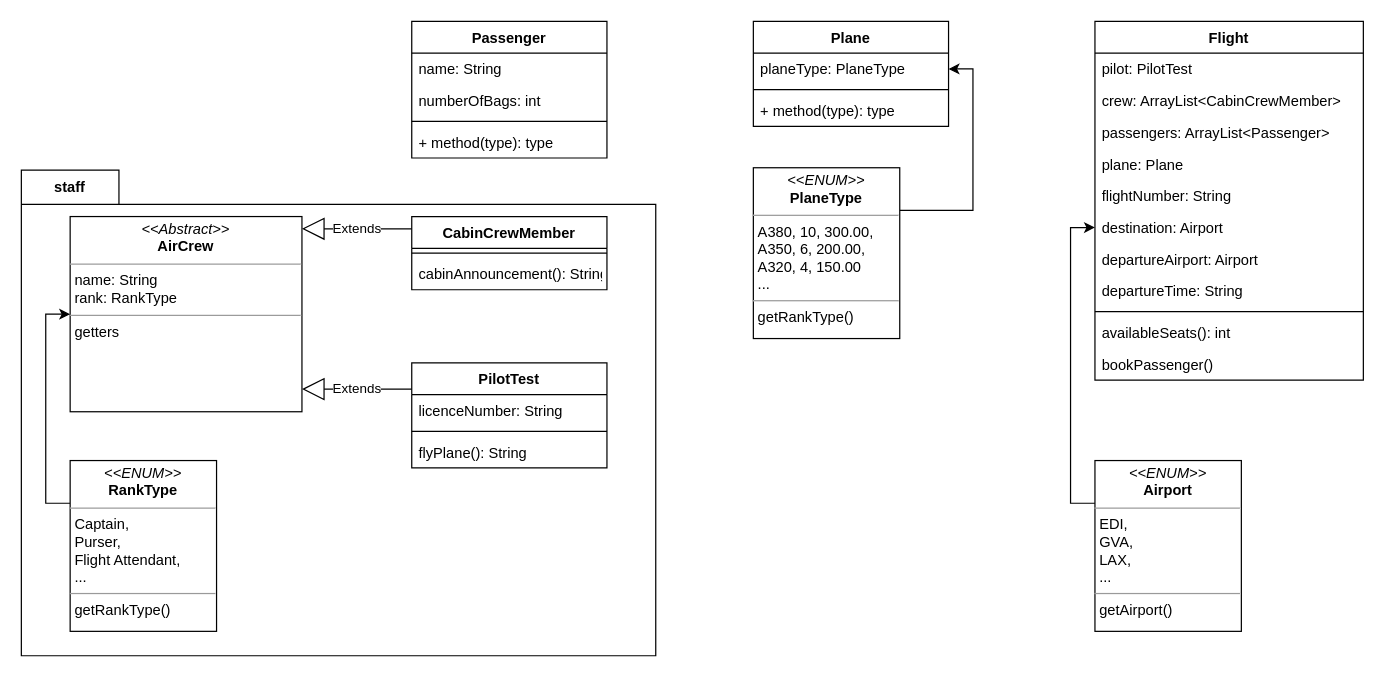
This is planning.drawio from Stanhoucke/TDD_airline, a draw.io file, before an edit. Source tidied: cells renumbered, new cells numbered last; positions are measured from the earlier drawing's top-left corner, leaving out a move shared by most shapes. Both pictures are drawn from the tidied source at 122%, with x=0, y=0 at pixel (21, 21).
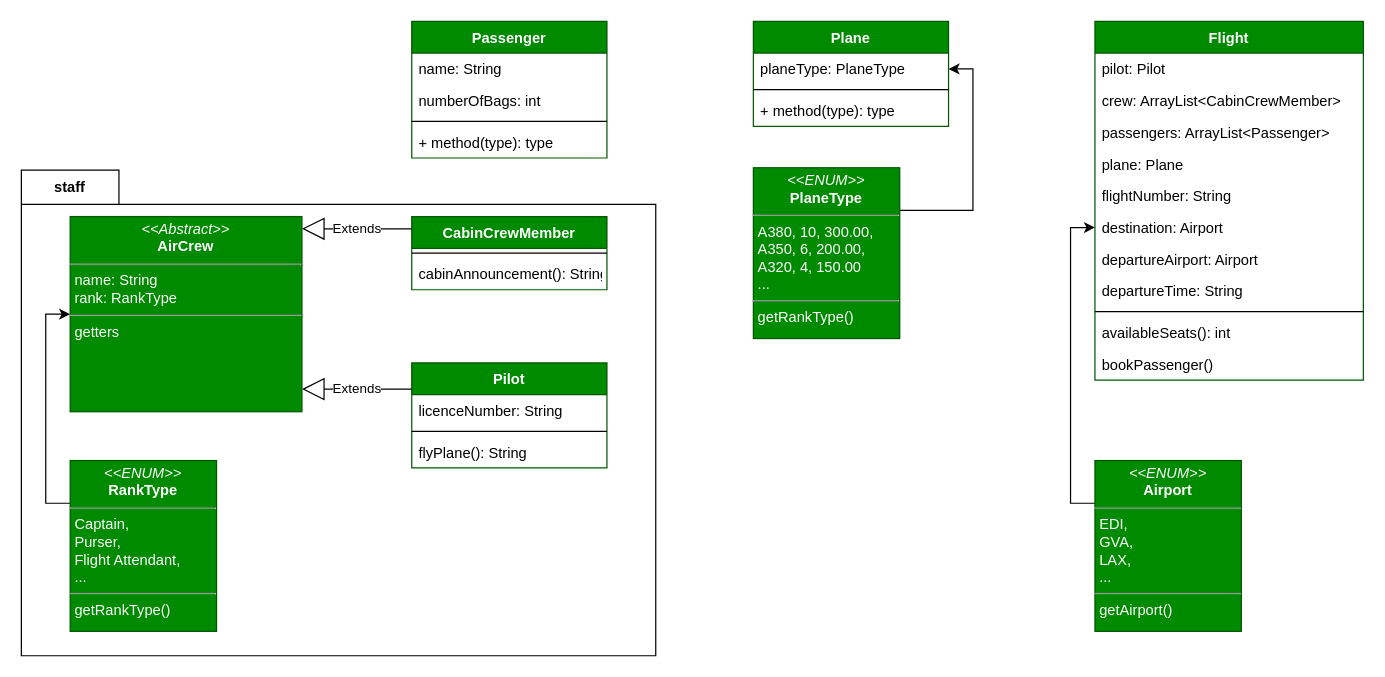
After the change.

Commit message (it also covers changes not shown here):
flight manager passes attribute tests

Diff of the diagram source:
```diff
@@
-    <mxCell id="3" value="Passenger" style="swimlane;fontStyle=1;align=center;verticalAlign=top;horizontal=1;startSize=26;" parent="1" vertex="1">
+    <mxCell id="3" value="Passenger" style="swimlane;fontStyle=1;align=center;verticalAlign=top;horizontal=1;startSize=26;fillColor=#008a00;strokeColor=#005700;fontColor=#ffffff;" parent="1" vertex="1">
       <mxGeometry x="320" width="160" height="112" as="geometry" />
     </mxCell>
@@
-    <mxCell id="8" value="CabinCrewMember" style="swimlane;fontStyle=1;align=center;verticalAlign=top;horizontal=1;startSize=26;" parent="1" vertex="1">
+    <mxCell id="8" value="CabinCrewMember" style="swimlane;fontStyle=1;align=center;verticalAlign=top;horizontal=1;startSize=26;fillColor=#008a00;strokeColor=#005700;fontColor=#ffffff;" parent="1" vertex="1">
       <mxGeometry x="320" y="160" width="160" height="60" as="geometry" />
     </mxCell>
@@
-    <mxCell id="11" value="PilotTest" style="swimlane;fontStyle=1;align=center;verticalAlign=top;horizontal=1;startSize=26;" parent="1" vertex="1">
+    <mxCell id="11" value="Pilot" style="swimlane;fontStyle=1;align=center;verticalAlign=top;horizontal=1;startSize=26;fillColor=#008a00;strokeColor=#005700;fontColor=#ffffff;" parent="1" vertex="1">
       <mxGeometry x="320" y="280" width="160" height="86" as="geometry" />
     </mxCell>
@@
-    <mxCell id="15" value="Plane" style="swimlane;fontStyle=1;align=center;verticalAlign=top;horizontal=1;startSize=26;" parent="1" vertex="1">
+    <mxCell id="15" value="Plane" style="swimlane;fontStyle=1;align=center;verticalAlign=top;horizontal=1;startSize=26;fillColor=#008a00;strokeColor=#005700;fontColor=#ffffff;" parent="1" vertex="1">
       <mxGeometry x="600" width="160" height="86" as="geometry" />
     </mxCell>
@@
-    <mxCell id="19" value="Flight" style="swimlane;fontStyle=1;align=center;verticalAlign=top;horizontal=1;startSize=26;" parent="1" vertex="1">
+    <mxCell id="19" value="Flight" style="swimlane;fontStyle=1;align=center;verticalAlign=top;horizontal=1;startSize=26;fillColor=#008a00;strokeColor=#005700;fontColor=#ffffff;" parent="1" vertex="1">
       <mxGeometry x="880" width="220" height="294" as="geometry" />
     </mxCell>
-    <mxCell id="20" value="pilot: PilotTest" style="text;strokeColor=none;fillColor=none;align=left;verticalAlign=top;spacingLeft=4;spacingRight=4;overflow=hidden;" parent="19" vertex="1">
+    <mxCell id="20" value="pilot: Pilot" style="text;strokeColor=none;fillColor=none;align=left;verticalAlign=top;spacingLeft=4;spacingRight=4;overflow=hidden;" parent="19" vertex="1">
       <mxGeometry y="26" width="220" height="26" as="geometry" />
     </mxCell>
@@
-    <mxCell id="32" value="&lt;p style=&quot;margin: 0px ; margin-top: 4px ; text-align: center&quot;&gt;&lt;i&gt;&amp;lt;&amp;lt;ENUM&amp;gt;&amp;gt;&lt;/i&gt;&lt;br&gt;&lt;b&gt;Airport&lt;/b&gt;&lt;/p&gt;&lt;hr size=&quot;1&quot;&gt;&lt;p style=&quot;margin: 0px ; margin-left: 4px&quot;&gt;EDI,&lt;/p&gt;&lt;p style=&quot;margin: 0px ; margin-left: 4px&quot;&gt;GVA,&lt;/p&gt;&lt;p style=&quot;margin: 0px ; margin-left: 4px&quot;&gt;LAX,&lt;/p&gt;&lt;p style=&quot;margin: 0px ; margin-left: 4px&quot;&gt;...&lt;/p&gt;&lt;hr size=&quot;1&quot;&gt;&lt;p style=&quot;margin: 0px ; margin-left: 4px&quot;&gt;getAirport()&lt;/p&gt;" style="verticalAlign=top;align=left;overflow=fill;fontSize=12;fontFamily=Helvetica;html=1;" parent="1" vertex="1">
+    <mxCell id="32" value="&lt;p style=&quot;margin: 0px ; margin-top: 4px ; text-align: center&quot;&gt;&lt;i&gt;&amp;lt;&amp;lt;ENUM&amp;gt;&amp;gt;&lt;/i&gt;&lt;br&gt;&lt;b&gt;Airport&lt;/b&gt;&lt;/p&gt;&lt;hr size=&quot;1&quot;&gt;&lt;p style=&quot;margin: 0px ; margin-left: 4px&quot;&gt;EDI,&lt;/p&gt;&lt;p style=&quot;margin: 0px ; margin-left: 4px&quot;&gt;GVA,&lt;/p&gt;&lt;p style=&quot;margin: 0px ; margin-left: 4px&quot;&gt;LAX,&lt;/p&gt;&lt;p style=&quot;margin: 0px ; margin-left: 4px&quot;&gt;...&lt;/p&gt;&lt;hr size=&quot;1&quot;&gt;&lt;p style=&quot;margin: 0px ; margin-left: 4px&quot;&gt;getAirport()&lt;/p&gt;" style="verticalAlign=top;align=left;overflow=fill;fontSize=12;fontFamily=Helvetica;html=1;fillColor=#008a00;strokeColor=#005700;fontColor=#ffffff;" parent="1" vertex="1">
       <mxGeometry x="880" y="360" width="120" height="140" as="geometry" />
     </mxCell>
@@
-    <mxCell id="34" value="&lt;p style=&quot;margin: 0px ; margin-top: 4px ; text-align: center&quot;&gt;&lt;i&gt;&amp;lt;&amp;lt;ENUM&amp;gt;&amp;gt;&lt;/i&gt;&lt;br&gt;&lt;b&gt;RankType&lt;/b&gt;&lt;/p&gt;&lt;hr size=&quot;1&quot;&gt;&lt;p style=&quot;margin: 0px ; margin-left: 4px&quot;&gt;Captain,&lt;/p&gt;&lt;p style=&quot;margin: 0px ; margin-left: 4px&quot;&gt;Purser,&lt;/p&gt;&lt;p style=&quot;margin: 0px ; margin-left: 4px&quot;&gt;Flight Attendant,&lt;/p&gt;&lt;p style=&quot;margin: 0px ; margin-left: 4px&quot;&gt;...&lt;/p&gt;&lt;hr size=&quot;1&quot;&gt;&lt;p style=&quot;margin: 0px ; margin-left: 4px&quot;&gt;getRankType()&lt;/p&gt;" style="verticalAlign=top;align=left;overflow=fill;fontSize=12;fontFamily=Helvetica;html=1;" parent="1" vertex="1">
+    <mxCell id="34" value="&lt;p style=&quot;margin: 0px ; margin-top: 4px ; text-align: center&quot;&gt;&lt;i&gt;&amp;lt;&amp;lt;ENUM&amp;gt;&amp;gt;&lt;/i&gt;&lt;br&gt;&lt;b&gt;RankType&lt;/b&gt;&lt;/p&gt;&lt;hr size=&quot;1&quot;&gt;&lt;p style=&quot;margin: 0px ; margin-left: 4px&quot;&gt;Captain,&lt;/p&gt;&lt;p style=&quot;margin: 0px ; margin-left: 4px&quot;&gt;Purser,&lt;/p&gt;&lt;p style=&quot;margin: 0px ; margin-left: 4px&quot;&gt;Flight Attendant,&lt;/p&gt;&lt;p style=&quot;margin: 0px ; margin-left: 4px&quot;&gt;...&lt;/p&gt;&lt;hr size=&quot;1&quot;&gt;&lt;p style=&quot;margin: 0px ; margin-left: 4px&quot;&gt;getRankType()&lt;/p&gt;" style="verticalAlign=top;align=left;overflow=fill;fontSize=12;fontFamily=Helvetica;html=1;fillColor=#008a00;strokeColor=#005700;fontColor=#ffffff;" parent="1" vertex="1">
       <mxGeometry x="40" y="360" width="120" height="140" as="geometry" />
     </mxCell>
@@
-    <mxCell id="36" value="&lt;p style=&quot;margin: 0px ; margin-top: 4px ; text-align: center&quot;&gt;&lt;i&gt;&amp;lt;&amp;lt;ENUM&amp;gt;&amp;gt;&lt;/i&gt;&lt;br&gt;&lt;b&gt;PlaneType&lt;/b&gt;&lt;/p&gt;&lt;hr size=&quot;1&quot;&gt;&lt;p style=&quot;margin: 0px ; margin-left: 4px&quot;&gt;A380, 10, 300.00,&lt;/p&gt;&lt;p style=&quot;margin: 0px ; margin-left: 4px&quot;&gt;A350, 6, 200.00,&lt;/p&gt;&lt;p style=&quot;margin: 0px ; margin-left: 4px&quot;&gt;A320, 4, 150.00&lt;/p&gt;&lt;p style=&quot;margin: 0px ; margin-left: 4px&quot;&gt;...&lt;/p&gt;&lt;hr size=&quot;1&quot;&gt;&lt;p style=&quot;margin: 0px ; margin-left: 4px&quot;&gt;getRankType()&lt;/p&gt;" style="verticalAlign=top;align=left;overflow=fill;fontSize=12;fontFamily=Helvetica;html=1;" parent="1" vertex="1">
+    <mxCell id="36" value="&lt;p style=&quot;margin: 0px ; margin-top: 4px ; text-align: center&quot;&gt;&lt;i&gt;&amp;lt;&amp;lt;ENUM&amp;gt;&amp;gt;&lt;/i&gt;&lt;br&gt;&lt;b&gt;PlaneType&lt;/b&gt;&lt;/p&gt;&lt;hr size=&quot;1&quot;&gt;&lt;p style=&quot;margin: 0px ; margin-left: 4px&quot;&gt;A380, 10, 300.00,&lt;/p&gt;&lt;p style=&quot;margin: 0px ; margin-left: 4px&quot;&gt;A350, 6, 200.00,&lt;/p&gt;&lt;p style=&quot;margin: 0px ; margin-left: 4px&quot;&gt;A320, 4, 150.00&lt;/p&gt;&lt;p style=&quot;margin: 0px ; margin-left: 4px&quot;&gt;...&lt;/p&gt;&lt;hr size=&quot;1&quot;&gt;&lt;p style=&quot;margin: 0px ; margin-left: 4px&quot;&gt;getRankType()&lt;/p&gt;" style="verticalAlign=top;align=left;overflow=fill;fontSize=12;fontFamily=Helvetica;html=1;fillColor=#008a00;strokeColor=#005700;fontColor=#ffffff;" parent="1" vertex="1">
       <mxGeometry x="600" y="120" width="120" height="140" as="geometry" />
     </mxCell>
-    <mxCell id="37" value="&lt;p style=&quot;margin: 0px ; margin-top: 4px ; text-align: center&quot;&gt;&lt;i&gt;&amp;lt;&amp;lt;Abstract&amp;gt;&amp;gt;&lt;/i&gt;&lt;br&gt;&lt;b&gt;AirCrew&lt;/b&gt;&lt;/p&gt;&lt;hr size=&quot;1&quot;&gt;&lt;p style=&quot;margin: 0px ; margin-left: 4px&quot;&gt;name: String&lt;/p&gt;&lt;p style=&quot;margin: 0px ; margin-left: 4px&quot;&gt;rank: RankType&lt;/p&gt;&lt;hr size=&quot;1&quot;&gt;&lt;p style=&quot;margin: 0px ; margin-left: 4px&quot;&gt;getters&lt;/p&gt;" style="verticalAlign=top;align=left;overflow=fill;fontSize=12;fontFamily=Helvetica;html=1;" parent="1" vertex="1">
+    <mxCell id="37" value="&lt;p style=&quot;margin: 0px ; margin-top: 4px ; text-align: center&quot;&gt;&lt;i&gt;&amp;lt;&amp;lt;Abstract&amp;gt;&amp;gt;&lt;/i&gt;&lt;br&gt;&lt;b&gt;AirCrew&lt;/b&gt;&lt;/p&gt;&lt;hr size=&quot;1&quot;&gt;&lt;p style=&quot;margin: 0px ; margin-left: 4px&quot;&gt;name: String&lt;/p&gt;&lt;p style=&quot;margin: 0px ; margin-left: 4px&quot;&gt;rank: RankType&lt;/p&gt;&lt;hr size=&quot;1&quot;&gt;&lt;p style=&quot;margin: 0px ; margin-left: 4px&quot;&gt;getters&lt;/p&gt;" style="verticalAlign=top;align=left;overflow=fill;fontSize=12;fontFamily=Helvetica;html=1;fillColor=#008a00;strokeColor=#005700;fontColor=#ffffff;" parent="1" vertex="1">
       <mxGeometry x="40" y="160" width="190" height="160" as="geometry" />
     </mxCell>
```
